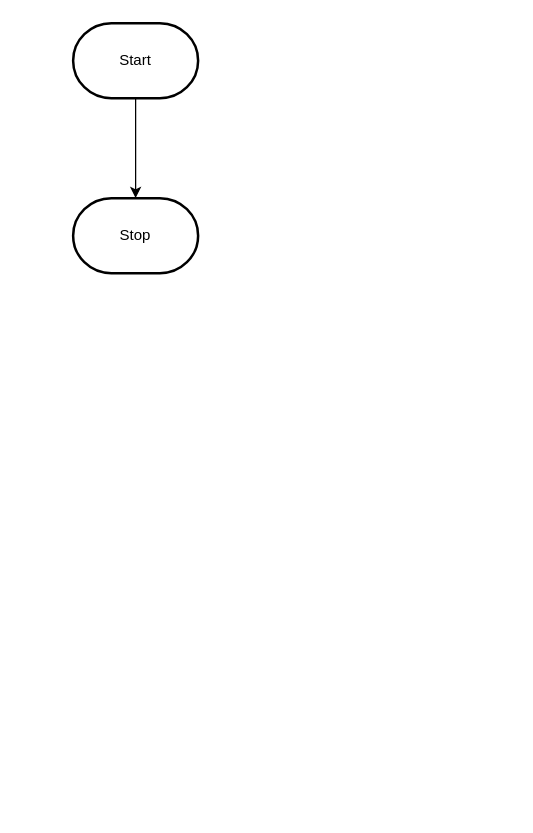
Above: design/flowchart.drawio in MTHS-ICD2O-1-2023/ICD2O-Unit-5-07-hai-tran-2 (draw.io), before the change. Source tidied: cells renumbered, new cells numbered last; positions are measured from the earlier drawing's top-left corner, leaving out a move shared by most shapes. Both pictures are drawn from the tidied source at 125%, with x=0, y=0 at pixel (72, 22).
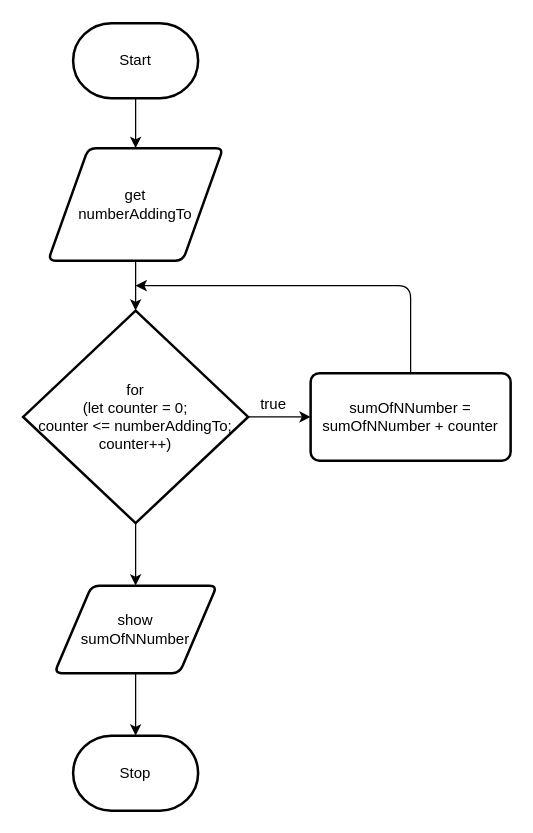
The same diagram, later.

Commit message (it also covers changes not shown here):
add storyboard and flowchart

Change to the diagram source:
```diff
@@
 <mxGraphModel>
   <root>
     <mxCell id="0" />
     <mxCell id="1" parent="0" />
-    <mxCell id="2" style="edgeStyle=orthogonalEdgeStyle;html=1;rounded=0;" parent="1" edge="1" source="3" target="4">
-      <mxGeometry relative="1" as="geometry" />
-    </mxCell>
+    <mxCell id="5" style="edgeStyle=none;html=1;" parent="1" edge="1" source="3" target="2">
+      <mxGeometry relative="1" as="geometry" />
+    </mxCell>
     <mxCell id="3" value="Start" style="strokeWidth=2;html=1;shape=mxgraph.flowchart.terminator;whiteSpace=wrap;" parent="1" vertex="1">
       <mxGeometry width="100" height="60" as="geometry" />
     </mxCell>
     <mxCell id="4" value="Stop" style="strokeWidth=2;html=1;shape=mxgraph.flowchart.terminator;whiteSpace=wrap;" parent="1" vertex="1">
-      <mxGeometry y="140" width="100" height="60" as="geometry" />
+      <mxGeometry y="570" width="100" height="60" as="geometry" />
     </mxCell>
+    <mxCell id="6" style="edgeStyle=none;html=1;" parent="1" edge="1" source="2" target="9">
+      <mxGeometry relative="1" as="geometry" />
+    </mxCell>
+    <mxCell id="2" value="get&lt;br&gt;numberAddingTo" style="shape=parallelogram;html=1;strokeWidth=2;perimeter=parallelogramPerimeter;whiteSpace=wrap;rounded=1;arcSize=12;size=0.23;" parent="1" vertex="1">
+      <mxGeometry x="-20" y="100" width="140" height="90" as="geometry" />
+    </mxCell>
+    <mxCell id="7" style="edgeStyle=none;html=1;" parent="1" edge="1" source="9" target="11">
+      <mxGeometry relative="1" as="geometry" />
+    </mxCell>
+    <mxCell id="8" style="edgeStyle=none;html=1;entryX=0.5;entryY=0;entryDx=0;entryDy=0;" parent="1" edge="1" source="9" target="14">
+      <mxGeometry relative="1" as="geometry" />
+    </mxCell>
+    <mxCell id="9" value="for &lt;br&gt;(let counter = 0; &lt;br&gt;counter &amp;lt;= numberAddingTo; counter++)" style="strokeWidth=2;html=1;shape=mxgraph.flowchart.decision;whiteSpace=wrap;" parent="1" vertex="1">
+      <mxGeometry x="-40" y="230" width="180" height="170" as="geometry" />
+    </mxCell>
+    <mxCell id="10" style="edgeStyle=none;html=1;" parent="1" edge="1" source="11">
+      <mxGeometry relative="1" as="geometry">
+        <mxPoint x="50" y="210" as="targetPoint" />
+        <Array as="points">
+          <mxPoint x="270" y="210" />
+        </Array>
+      </mxGeometry>
+    </mxCell>
+    <mxCell id="11" value="sumOfNNumber = sumOfNNumber + counter" style="rounded=1;whiteSpace=wrap;html=1;absoluteArcSize=1;arcSize=14;strokeWidth=2;" parent="1" vertex="1">
+      <mxGeometry x="190" y="280" width="160" height="70" as="geometry" />
+    </mxCell>
+    <mxCell id="12" value="true" style="text;html=1;align=center;verticalAlign=middle;strokeColor=none;fillColor=none;" parent="1" vertex="1">
+      <mxGeometry x="140" y="290" width="40" height="30" as="geometry" />
+    </mxCell>
+    <mxCell id="13" style="edgeStyle=none;html=1;entryX=0.5;entryY=0;entryDx=0;entryDy=0;entryPerimeter=0;" parent="1" edge="1" source="14" target="4">
+      <mxGeometry relative="1" as="geometry" />
+    </mxCell>
+    <mxCell id="14" value="show&lt;br&gt;sumOfNNumber" style="shape=parallelogram;html=1;strokeWidth=2;perimeter=parallelogramPerimeter;whiteSpace=wrap;rounded=1;arcSize=12;size=0.23;" parent="1" vertex="1">
+      <mxGeometry x="-15" y="450" width="130" height="70" as="geometry" />
+    </mxCell>
   </root>
 </mxGraphModel>
```
